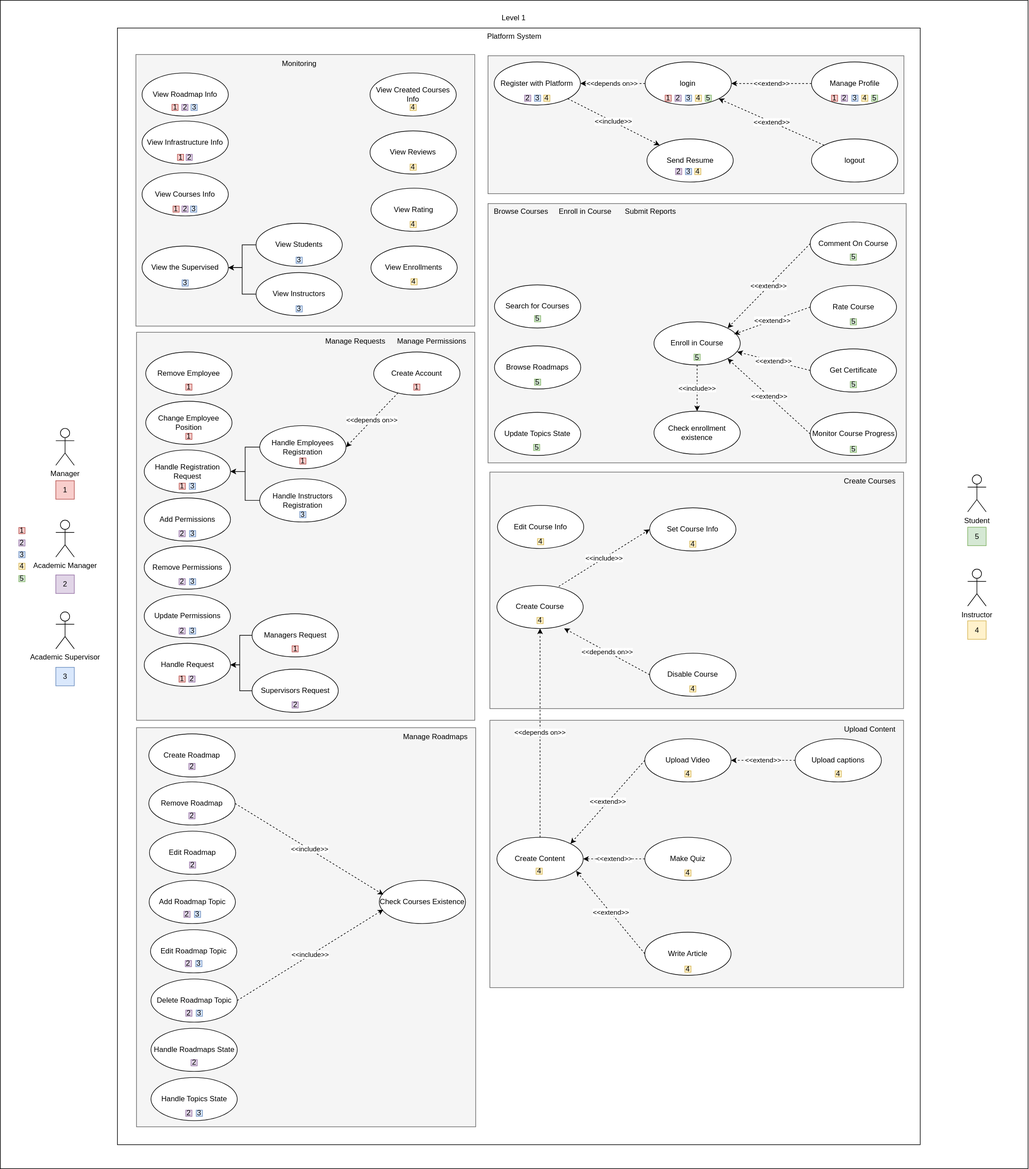
This is usecase1.drawio.svg from YAMANX8/UML, a draw.io export, as it was before one commit. Source tidied: cells renumbered, new cells last; positions are measured from the earlier drawing's top-left corner, leaving out a move shared by most shapes.
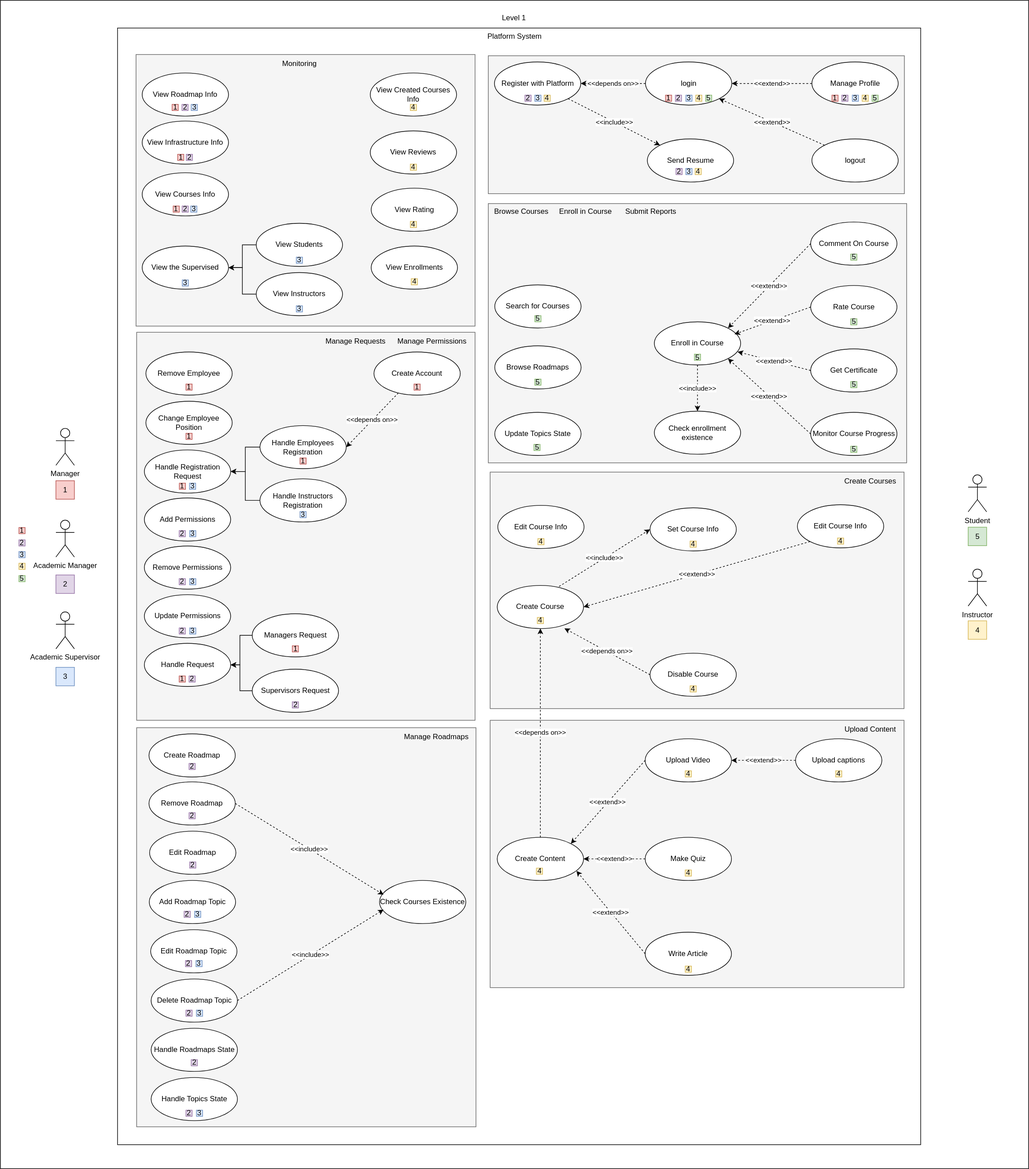
The same file after the commit.

Diff of the diagram source:
```diff
@@ -716,5 +716,17 @@
     <mxCell id="239" value="&amp;lt;&amp;lt;depends on&amp;gt;&amp;gt;" style="rounded=0;jettySize=auto;html=1;exitX=0.5;exitY=0;exitDx=0;exitDy=0;entryX=0.5;entryY=1;entryDx=0;entryDy=0;dashed=1;" parent="1" edge="1" source="181" target="235">
       <mxGeometry relative="1" as="geometry" />
     </mxCell>
+    <mxCell id="240" style="group;" parent="1" vertex="1">
+      <mxGeometry x="1293" y="819" width="140" height="70" as="geometry" />
+    </mxCell>
+    <mxCell id="241" value="Edit Course Info" style="ellipse;whiteSpace=wrap;html=1;" parent="240" vertex="1">
+      <mxGeometry width="140" height="70" as="geometry" />
+    </mxCell>
+    <mxCell id="242" value="4" style="whiteSpace=wrap;html=1;fillColor=#fff2cc;strokeColor=#d6b656;" parent="240" vertex="1">
+      <mxGeometry x="65" y="54" width="10" height="10" as="geometry" />
+    </mxCell>
+    <mxCell id="243" value="&amp;lt;&amp;lt;extend&amp;gt;&amp;gt;" style="rounded=0;jettySize=auto;html=1;exitX=0;exitY=1;exitDx=0;exitDy=0;entryX=1;entryY=0.5;entryDx=0;entryDy=0;dashed=1;" parent="1" edge="1" source="241" target="235">
+      <mxGeometry relative="1" as="geometry" />
+    </mxCell>
   </root>
 </mxGraphModel>
```
